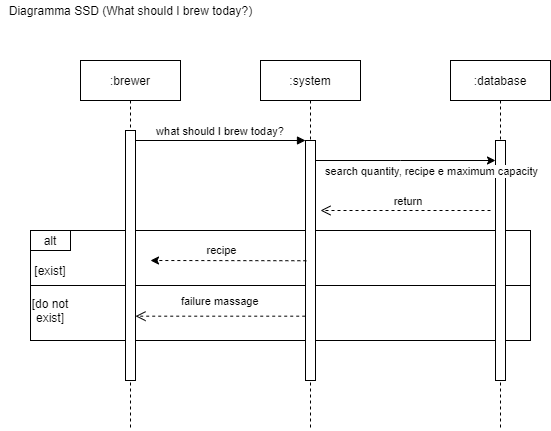
Earlier version of the draw.io export Diagrammi/Diagramma SSD.png (UnimibSoftEngCourse2021/progetto-birra-2-gruppo-birra-2). Source tidied: cells renumbered, new cells last; positions are measured from the earlier drawing's top-left corner, leaving out a move shared by most shapes.
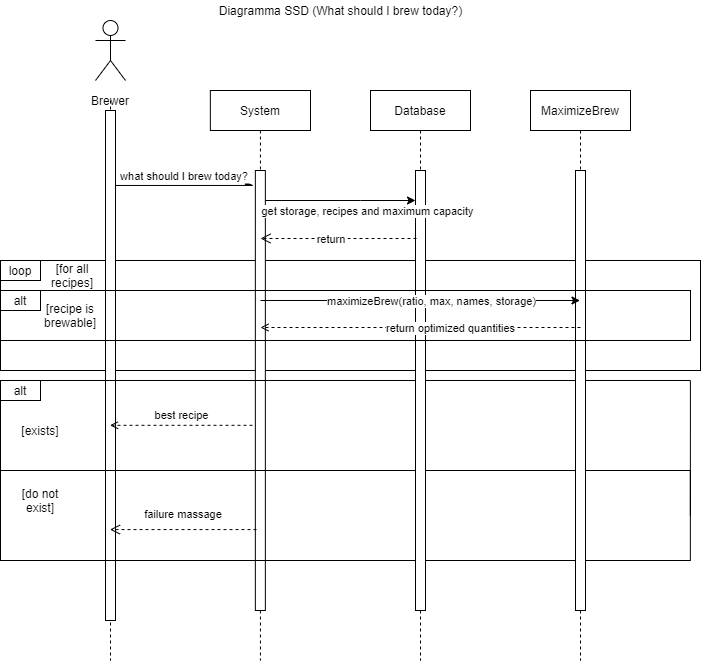
After the change.

Diff of the diagram source:
```diff
@@ -2,81 +2,136 @@
   <root>
     <mxCell id="0" />
     <mxCell id="1" parent="0" />
+    <mxCell id="21" style="rounded=0;whiteSpace=wrap;html=1;fillColor=none;" parent="1" vertex="1">
+      <mxGeometry x="-10" y="310" width="700" height="110" as="geometry" />
+    </mxCell>
-    <mxCell id="2" value=":brewer" style="shape=umlLifeline;perimeter=lifelinePerimeter;rounded=0;shadow=0;strokeWidth=1;" parent="1" vertex="1">
-      <mxGeometry x="80" y="60" width="100" height="370" as="geometry" />
+    <mxCell id="2" value="Brewer" style="shape=umlLifeline;perimeter=lifelinePerimeter;rounded=0;shadow=0;strokeWidth=1;size=0;" parent="1" vertex="1">
+      <mxGeometry x="50" y="150" width="100" height="560" as="geometry" />
     </mxCell>
+    <mxCell id="5" style="points=[];perimeter=orthogonalPerimeter;rounded=0;shadow=0;strokeWidth=1;" parent="2" vertex="1">
+      <mxGeometry x="45" y="10" width="10" height="510" as="geometry" />
+    </mxCell>
+    <mxCell id="9" value="System" style="shape=umlLifeline;perimeter=lifelinePerimeter;rounded=0;shadow=0;strokeWidth=1;fillColor=#FFFFFF;" parent="1" vertex="1">
+      <mxGeometry x="199.8" y="140" width="100.2" height="570" as="geometry" />
+    </mxCell>
+    <mxCell id="10" style="points=[];perimeter=orthogonalPerimeter;rounded=0;shadow=0;strokeWidth=1;" parent="9" vertex="1">
+      <mxGeometry x="45" y="80" width="10" height="440" as="geometry" />
+    </mxCell>
-    <mxCell id="3" style="rounded=0;whiteSpace=wrap;html=1;fillColor=none;" parent="2" vertex="1">
-      <mxGeometry x="-50" y="170" width="500" height="110" as="geometry" />
+    <mxCell id="3" style="rounded=0;whiteSpace=wrap;html=1;fillColor=none;" parent="9" vertex="1">
+      <mxGeometry x="-209.8" y="380" width="689.9" height="90" as="geometry" />
     </mxCell>
-    <mxCell id="4" style="edgeStyle=orthogonalEdgeStyle;rounded=0;orthogonalLoop=1;jettySize=auto;html=1;exitX=0;exitY=0.5;exitDx=0;exitDy=0;entryX=1;entryY=0.5;entryDx=0;entryDy=0;endArrow=none;endFill=0;" parent="2" edge="1" source="3" target="3">
+    <mxCell id="4" style="edgeStyle=orthogonalEdgeStyle;rounded=0;orthogonalLoop=1;jettySize=auto;html=1;exitX=0;exitY=0.5;exitDx=0;exitDy=0;entryX=1;entryY=0.5;entryDx=0;entryDy=0;endArrow=none;endFill=0;" parent="9" edge="1" source="3" target="3">
       <mxGeometry relative="1" as="geometry">
         <Array as="points">
-          <mxPoint x="235" y="225" />
-          <mxPoint x="235" y="225" />
+          <mxPoint x="-210" y="290" />
+          <mxPoint x="480" y="290" />
+          <mxPoint x="480" y="425" />
         </Array>
       </mxGeometry>
     </mxCell>
-    <mxCell id="5" style="points=[];perimeter=orthogonalPerimeter;rounded=0;shadow=0;strokeWidth=1;" parent="2" vertex="1">
-      <mxGeometry x="45" y="70" width="10" height="250" as="geometry" />
-    </mxCell>
-    <mxCell id="6" value="alt" style="text;html=1;fillColor=none;align=center;verticalAlign=middle;whiteSpace=wrap;rounded=0;strokeColor=#000000;" parent="2" vertex="1">
-      <mxGeometry x="-50" y="170" width="40" height="20" as="geometry" />
-    </mxCell>
-    <mxCell id="7" value="[exist]" style="text;html=1;strokeColor=none;fillColor=none;align=center;verticalAlign=middle;whiteSpace=wrap;rounded=0;" parent="2" vertex="1">
-      <mxGeometry x="-50" y="200" width="40" height="20" as="geometry" />
-    </mxCell>
-    <mxCell id="8" value="[do not exist]" style="text;html=1;strokeColor=none;fillColor=none;align=center;verticalAlign=middle;whiteSpace=wrap;rounded=0;" parent="2" vertex="1">
-      <mxGeometry x="-50" y="240" width="40" height="20" as="geometry" />
-    </mxCell>
-    <mxCell id="9" value=":system" style="shape=umlLifeline;perimeter=lifelinePerimeter;rounded=0;shadow=0;strokeWidth=1;fillColor=#FFFFFF;" parent="1" vertex="1">
-      <mxGeometry x="260" y="60" width="100" height="370" as="geometry" />
-    </mxCell>
-    <mxCell id="10" style="points=[];perimeter=orthogonalPerimeter;rounded=0;shadow=0;strokeWidth=1;" parent="9" vertex="1">
-      <mxGeometry x="45" y="80" width="10" height="240" as="geometry" />
-    </mxCell>
-    <mxCell id="11" value="failure massage" style="verticalAlign=bottom;endArrow=open;dashed=1;endSize=8;shadow=0;strokeWidth=1;exitX=-0.029;exitY=0.732;exitDx=0;exitDy=0;exitPerimeter=0;" parent="1" edge="1" source="10" target="5">
-      <mxGeometry y="-6" relative="1" as="geometry" />
-    </mxCell>
-    <mxCell id="12" value="what should I brew today?" style="verticalAlign=bottom;endArrow=block;entryX=0;entryY=0;shadow=0;strokeWidth=1;" parent="1" edge="1" source="5" target="10">
+    <mxCell id="12" value="what should I brew today?" style="verticalAlign=bottom;endArrow=async;entryX=-0.185;entryY=0.034;shadow=0;strokeWidth=1;endFill=1;entryDx=0;entryDy=0;entryPerimeter=0;" parent="1" edge="1" source="5" target="10">
       <mxGeometry relative="1" as="geometry" />
     </mxCell>
     <mxCell id="13" value="Diagramma SSD (What should I brew today?)" style="text;html=1;align=center;verticalAlign=middle;" parent="1" vertex="1">
-      <mxGeometry width="260" height="20" as="geometry" />
+      <mxGeometry x="199.8" y="50" width="260" height="20" as="geometry" />
     </mxCell>
-    <mxCell id="14" value=":database" style="shape=umlLifeline;perimeter=lifelinePerimeter;rounded=0;shadow=0;strokeWidth=1;" parent="1" vertex="1">
-      <mxGeometry x="450" y="60" width="100" height="370" as="geometry" />
+    <mxCell id="14" value="Database" style="shape=umlLifeline;perimeter=lifelinePerimeter;rounded=0;shadow=0;strokeWidth=1;" parent="1" vertex="1">
+      <mxGeometry x="360" y="140" width="100" height="570" as="geometry" />
     </mxCell>
     <mxCell id="15" style="points=[];perimeter=orthogonalPerimeter;rounded=0;shadow=0;strokeWidth=1;" parent="14" vertex="1">
-      <mxGeometry x="45" y="80" width="10" height="240" as="geometry" />
+      <mxGeometry x="45" y="80" width="10" height="440" as="geometry" />
     </mxCell>
     <mxCell id="16" style="edgeStyle=orthogonalEdgeStyle;rounded=0;jettySize=auto;html=1;" parent="1" edge="1" source="10" target="15">
       <mxGeometry relative="1" as="geometry">
         <Array as="points">
-          <mxPoint x="400" y="160" />
-          <mxPoint x="400" y="160" />
+          <mxPoint x="350" y="250" />
+          <mxPoint x="350" y="250" />
         </Array>
       </mxGeometry>
     </mxCell>
-    <mxCell id="17" value="search quantity, recipe e maximum capacity" style="edgeLabel;html=1;align=center;verticalAlign=middle;" parent="16" vertex="1">
+    <mxCell id="17" value="get storage, recipes and maximum capacity" style="edgeLabel;html=1;align=center;verticalAlign=middle;" parent="16" vertex="1">
       <mxGeometry x="-0.07" relative="1" as="geometry">
         <mxPoint x="31.6" y="10" as="offset" />
       </mxGeometry>
     </mxCell>
     <mxCell id="18" value="return" style="verticalAlign=bottom;endArrow=open;dashed=1;endSize=8;shadow=0;strokeWidth=1;" parent="1" edge="1">
-      <mxGeometry x="-0.03" relative="1" as="geometry">
-        <mxPoint x="490" y="210" as="sourcePoint" />
-        <mxPoint x="320" y="210" as="targetPoint" />
+      <mxGeometry x="0.09" y="10" relative="1" as="geometry">
+        <mxPoint x="406" y="288" as="sourcePoint" />
+        <mxPoint x="250" y="288" as="targetPoint" />
       </mxGeometry>
     </mxCell>
-    <mxCell id="19" style="endArrow=classic;html=1;exitX=0.086;exitY=0.501;exitDx=0;exitDy=0;exitPerimeter=0;dashed=1;" parent="1" edge="1" source="10">
+    <mxCell id="19" style="endArrow=open;html=1;exitX=-0.285;exitY=0.67;exitDx=0;exitDy=0;exitPerimeter=0;dashed=1;endFill=0;" parent="1" edge="1">
       <mxGeometry relative="1" as="geometry">
-        <mxPoint x="150" y="260" as="targetPoint" />
+        <mxPoint x="242" y="474.8" as="sourcePoint" />
+        <mxPoint x="99.5" y="474.8" as="targetPoint" />
       </mxGeometry>
     </mxCell>
-    <mxCell id="20" value="recipe" style="edgeLabel;html=1;align=center;verticalAlign=middle;" parent="19" vertex="1">
+    <mxCell id="20" value="best recipe" style="edgeLabel;html=1;align=center;verticalAlign=middle;" parent="19" vertex="1">
       <mxGeometry x="-0.32" y="2" relative="1" as="geometry">
-        <mxPoint x="-32.7" y="-12.2" as="offset" />
+        <mxPoint x="-23" y="-12.2" as="offset" />
       </mxGeometry>
     </mxCell>
+    <mxCell id="22" style="shape=umlActor;verticalLabelPosition=bottom;verticalAlign=top;html=1;" parent="1" vertex="1">
+      <mxGeometry x="85" y="70" width="30" height="60" as="geometry" />
+    </mxCell>
+    <mxCell id="6" value="alt" style="text;html=1;fillColor=none;align=center;verticalAlign=middle;whiteSpace=wrap;rounded=0;strokeColor=#000000;" parent="1" vertex="1">
+      <mxGeometry x="-10" y="430" width="40" height="20" as="geometry" />
+    </mxCell>
+    <mxCell id="7" value="[exists]" style="text;html=1;strokeColor=none;fillColor=none;align=center;verticalAlign=middle;whiteSpace=wrap;rounded=0;" parent="1" vertex="1">
+      <mxGeometry x="10" y="470" width="40" height="20" as="geometry" />
+    </mxCell>
+    <mxCell id="11" value="failure massage" style="verticalAlign=bottom;endArrow=open;dashed=1;endSize=8;shadow=0;strokeWidth=1;exitX=0.115;exitY=0.907;exitDx=0;exitDy=0;exitPerimeter=0;" parent="1" edge="1">
+      <mxGeometry y="-6" relative="1" as="geometry">
+        <mxPoint x="246" y="579.1" as="sourcePoint" />
+        <mxPoint x="99.5" y="579.1" as="targetPoint" />
+      </mxGeometry>
+    </mxCell>
+    <mxCell id="23" value="MaximizeBrew" style="shape=umlLifeline;perimeter=lifelinePerimeter;rounded=0;shadow=0;strokeWidth=1;fillColor=#FFFFFF;" parent="1" vertex="1">
+      <mxGeometry x="520" y="140" width="100" height="570" as="geometry" />
+    </mxCell>
+    <mxCell id="24" style="perimeter=orthogonalPerimeter;rounded=0;shadow=0;strokeWidth=1;" parent="23" vertex="1">
+      <mxGeometry x="45" y="80" width="10" height="440" as="geometry" />
+    </mxCell>
+    <mxCell id="25" style="edgeStyle=orthogonalEdgeStyle;rounded=0;jettySize=auto;html=1;" parent="1" edge="1" target="23">
+      <mxGeometry relative="1" as="geometry">
+        <mxPoint x="250" y="350" as="sourcePoint" />
+        <Array as="points">
+          <mxPoint x="480" y="350" />
+          <mxPoint x="480" y="350" />
+        </Array>
+      </mxGeometry>
+    </mxCell>
+    <mxCell id="26" value="maximizeBrew(ratio, max, names, storage)" style="edgeLabel;html=1;align=center;verticalAlign=middle;" parent="25" vertex="1">
+      <mxGeometry x="0.21" y="-4" relative="1" as="geometry">
+        <mxPoint x="-23" y="-4" as="offset" />
+      </mxGeometry>
+    </mxCell>
+    <mxCell id="27" style="rounded=0;whiteSpace=wrap;html=1;fillColor=none;" parent="1" vertex="1">
+      <mxGeometry x="-10" y="340" width="690" height="50" as="geometry" />
+    </mxCell>
+    <mxCell id="28" style="endArrow=open;html=1;dashed=1;endFill=0;" parent="1" edge="1">
+      <mxGeometry relative="1" as="geometry">
+        <mxPoint x="570" y="377" as="sourcePoint" />
+        <mxPoint x="250" y="377" as="targetPoint" />
+      </mxGeometry>
+    </mxCell>
+    <mxCell id="29" value="return optimized quantities" style="edgeLabel;html=1;align=center;verticalAlign=middle;" parent="28" vertex="1">
+      <mxGeometry x="-0.18" relative="1" as="geometry" />
+    </mxCell>
+    <mxCell id="30" value="[recipe is brewable]" style="text;html=1;strokeColor=none;fillColor=none;align=center;verticalAlign=middle;whiteSpace=wrap;rounded=0;" parent="1" vertex="1">
+      <mxGeometry x="20" y="355" width="80" height="20" as="geometry" />
+    </mxCell>
+    <mxCell id="31" value="loop" style="text;html=1;fillColor=none;align=center;verticalAlign=middle;whiteSpace=wrap;rounded=0;strokeColor=#000000;" parent="1" vertex="1">
+      <mxGeometry x="-10" y="310" width="40" height="20" as="geometry" />
+    </mxCell>
+    <mxCell id="32" value="alt" style="text;html=1;fillColor=none;align=center;verticalAlign=middle;whiteSpace=wrap;rounded=0;strokeColor=#000000;" parent="1" vertex="1">
+      <mxGeometry x="-10" y="340" width="40" height="20" as="geometry" />
+    </mxCell>
+    <mxCell id="8" value="[do not exist]" style="text;html=1;strokeColor=none;fillColor=none;align=center;verticalAlign=middle;whiteSpace=wrap;rounded=0;" parent="1" vertex="1">
+      <mxGeometry x="10" y="540" width="40" height="20" as="geometry" />
+    </mxCell>
+    <mxCell id="33" value="[for all recipes]" style="text;html=1;strokeColor=none;fillColor=none;align=center;verticalAlign=middle;whiteSpace=wrap;rounded=0;" parent="1" vertex="1">
+      <mxGeometry x="22" y="315" width="80" height="20" as="geometry" />
+    </mxCell>
   </root>
 </mxGraphModel>
```
